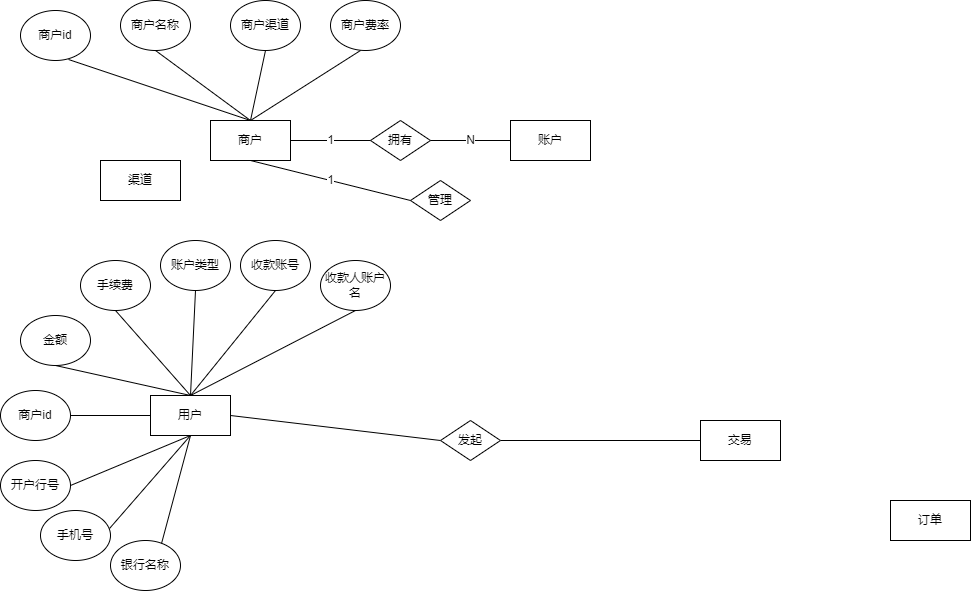
Before: 代付E-R图1.png, a diagram exported from draw.io (songyibo2019/mydiagrams). Source tidied: cells renumbered, new cells last; positions are measured from the earlier drawing's top-left corner, leaving out a move shared by most shapes.
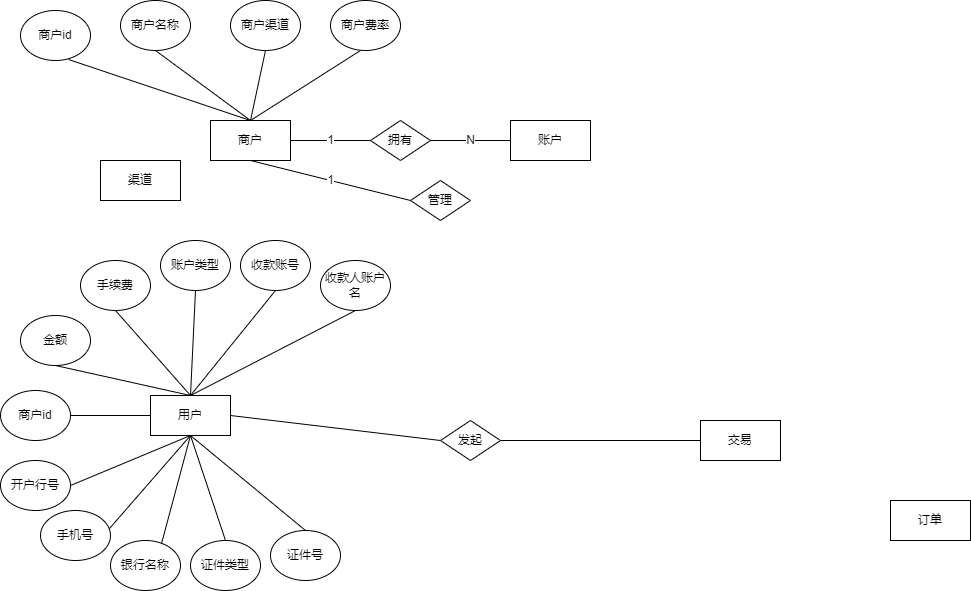
After the change.

What changed in the source:
```diff
@@ -129,5 +129,17 @@
     <mxCell id="41" style="endArrow=none;html=1;rounded=0;entryX=0.5;entryY=1;entryDx=0;entryDy=0;exitX=0.5;exitY=0;exitDx=0;exitDy=0;" parent="1" edge="1" source="4" target="39">
       <mxGeometry relative="1" as="geometry" />
     </mxCell>
+    <mxCell id="42" value="证件类型" style="ellipse;whiteSpace=wrap;html=1;" parent="1" vertex="1">
+      <mxGeometry x="190" y="540" width="70" height="50" as="geometry" />
+    </mxCell>
+    <mxCell id="43" value="证件号" style="ellipse;whiteSpace=wrap;html=1;" parent="1" vertex="1">
+      <mxGeometry x="270" y="530" width="70" height="50" as="geometry" />
+    </mxCell>
+    <mxCell id="44" style="endArrow=none;html=1;rounded=0;entryX=0.5;entryY=1;entryDx=0;entryDy=0;exitX=0.5;exitY=0;exitDx=0;exitDy=0;" parent="1" edge="1" source="42" target="4">
+      <mxGeometry relative="1" as="geometry" />
+    </mxCell>
+    <mxCell id="45" style="endArrow=none;html=1;rounded=0;entryX=0.5;entryY=1;entryDx=0;entryDy=0;exitX=0.5;exitY=0;exitDx=0;exitDy=0;" parent="1" edge="1" source="43" target="4">
+      <mxGeometry relative="1" as="geometry" />
+    </mxCell>
   </root>
 </mxGraphModel>
```
